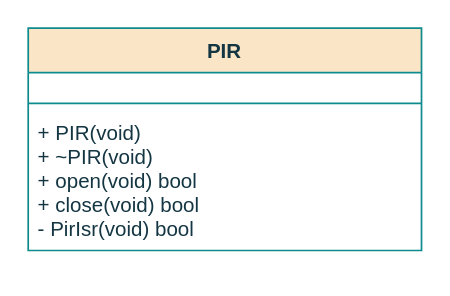
ESRGgroup9/slipad keeps this draw.io diagram as page "classPIR" (5 of 7) of project/report/flowcharts/Sensors.drawio. Above is the earlier version. Source tidied: cells renumbered, new cells numbered last; positions are measured from the earlier drawing's top-left corner, leaving out a move shared by most shapes. Both pictures are drawn from the tidied source at 171%, with x=0, y=0 at pixel (27, 27).
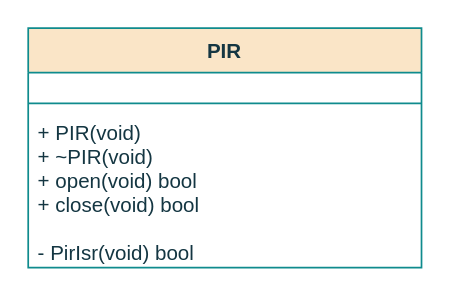
After the change.

Change to the diagram source:
```diff
@@
 <mxGraphModel>
   <root>
     <mxCell id="0" />
     <mxCell id="1" parent="0" />
     <mxCell id="2" value="PIR" style="swimlane;fontStyle=1;align=center;verticalAlign=top;horizontal=1;startSize=26;fillColor=#FAE5C7;strokeColor=#0F8B8D;fontColor=#143642;" parent="1" vertex="1">
-      <mxGeometry width="230" height="130" as="geometry" />
+      <mxGeometry width="230" height="140" as="geometry" />
     </mxCell>
     <mxCell id="3" value="&#10;" style="text;strokeColor=none;fillColor=none;align=left;verticalAlign=top;spacingLeft=4;spacingRight=4;overflow=hidden;fontColor=#143642;" parent="2" vertex="1">
       <mxGeometry y="26" width="230" height="14" as="geometry" />
     </mxCell>
     <mxCell id="4" style="line;strokeWidth=1;fillColor=none;align=left;verticalAlign=middle;spacingTop=-1;spacingLeft=3;spacingRight=3;labelPosition=right;labelBackgroundColor=#DAD2D8;strokeColor=#0F8B8D;fontColor=#143642;" parent="2" vertex="1">
       <mxGeometry y="40" width="230" height="8" as="geometry" />
     </mxCell>
-    <mxCell id="5" value="+ PIR(void)&#10;+ ~PIR(void)&#10;+ open(void) bool&#10;+ close(void) bool&#10;- PirIsr(void) bool" style="text;strokeColor=none;fillColor=none;align=left;verticalAlign=top;spacingLeft=4;spacingRight=4;overflow=hidden;fontColor=#143642;spacing=2;" parent="2" vertex="1">
-      <mxGeometry y="48" width="230" height="82" as="geometry" />
+    <mxCell id="5" value="+ PIR(void)&#10;+ ~PIR(void)&#10;+ open(void) bool&#10;+ close(void) bool&#10;&#10;- PirIsr(void) bool" style="text;strokeColor=none;fillColor=none;align=left;verticalAlign=top;spacingLeft=4;spacingRight=4;overflow=hidden;fontColor=#143642;spacing=2;" parent="2" vertex="1">
+      <mxGeometry y="48" width="230" height="92" as="geometry" />
     </mxCell>
   </root>
 </mxGraphModel>
```
